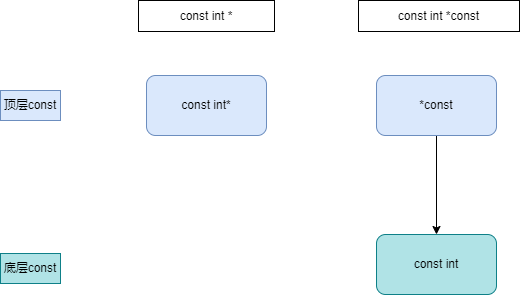
Before: CS/语言/C(++)/顶层底层const.drawio.png, a diagram exported from draw.io (sirius-zyj/Images). Source tidied: cells renumbered, new cells last; positions are measured from the earlier drawing's top-left corner, leaving out a move shared by most shapes.
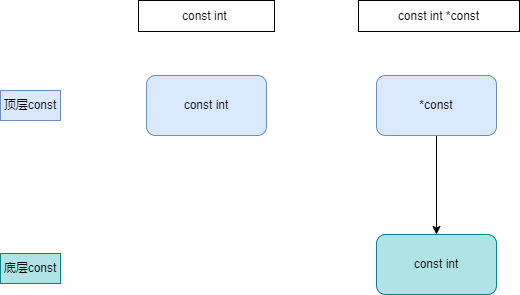
The same file after the commit.

Commit message:
更新顶层底层const.drawio.png

Change to the diagram source:
```diff
@@ -14,10 +14,10 @@
     <mxCell id="5" value="const int *const" style="rounded=0;whiteSpace=wrap;html=1;" parent="1" vertex="1">
       <mxGeometry x="358" width="161" height="31" as="geometry" />
     </mxCell>
-    <mxCell id="6" value="const int *" style="rounded=0;whiteSpace=wrap;html=1;" parent="1" vertex="1">
+    <mxCell id="6" value="const int&amp;nbsp;" style="rounded=0;whiteSpace=wrap;html=1;" parent="1" vertex="1">
       <mxGeometry x="138" width="136" height="31" as="geometry" />
     </mxCell>
-    <mxCell id="7" value="const int*" style="rounded=1;whiteSpace=wrap;html=1;fillColor=#dae8fc;strokeColor=#6c8ebf;" parent="1" vertex="1">
+    <mxCell id="7" value="const int" style="rounded=1;whiteSpace=wrap;html=1;fillColor=#dae8fc;strokeColor=#6c8ebf;" parent="1" vertex="1">
       <mxGeometry x="146" y="75" width="120" height="60" as="geometry" />
     </mxCell>
     <mxCell id="8" value="顶层const" style="text;html=1;align=center;verticalAlign=middle;whiteSpace=wrap;rounded=0;fillColor=#dae8fc;strokeColor=#6c8ebf;" parent="1" vertex="1">
```
